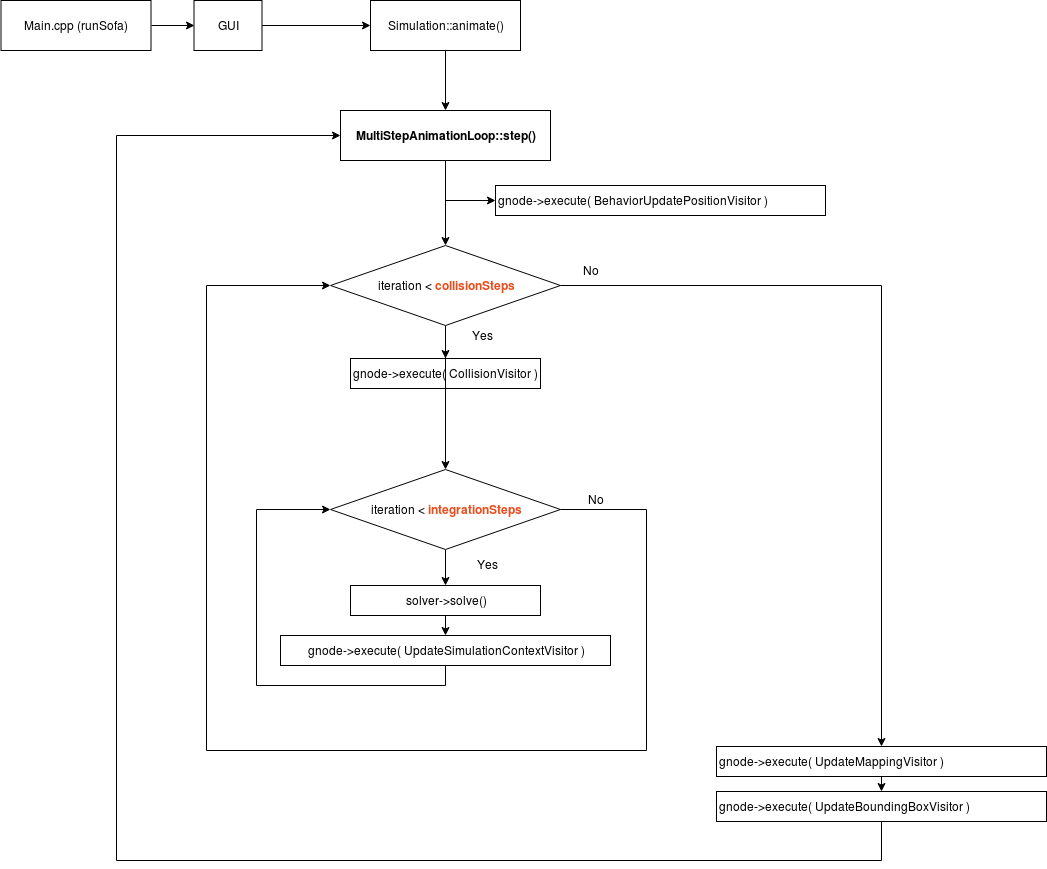
Above: Images/animationloop/MultiStepAnimationLoop.png in sofa-framework/doc (draw.io), before the change. Source tidied: cells renumbered, new cells last; positions are measured from the earlier drawing's top-left corner, leaving out a move shared by most shapes.
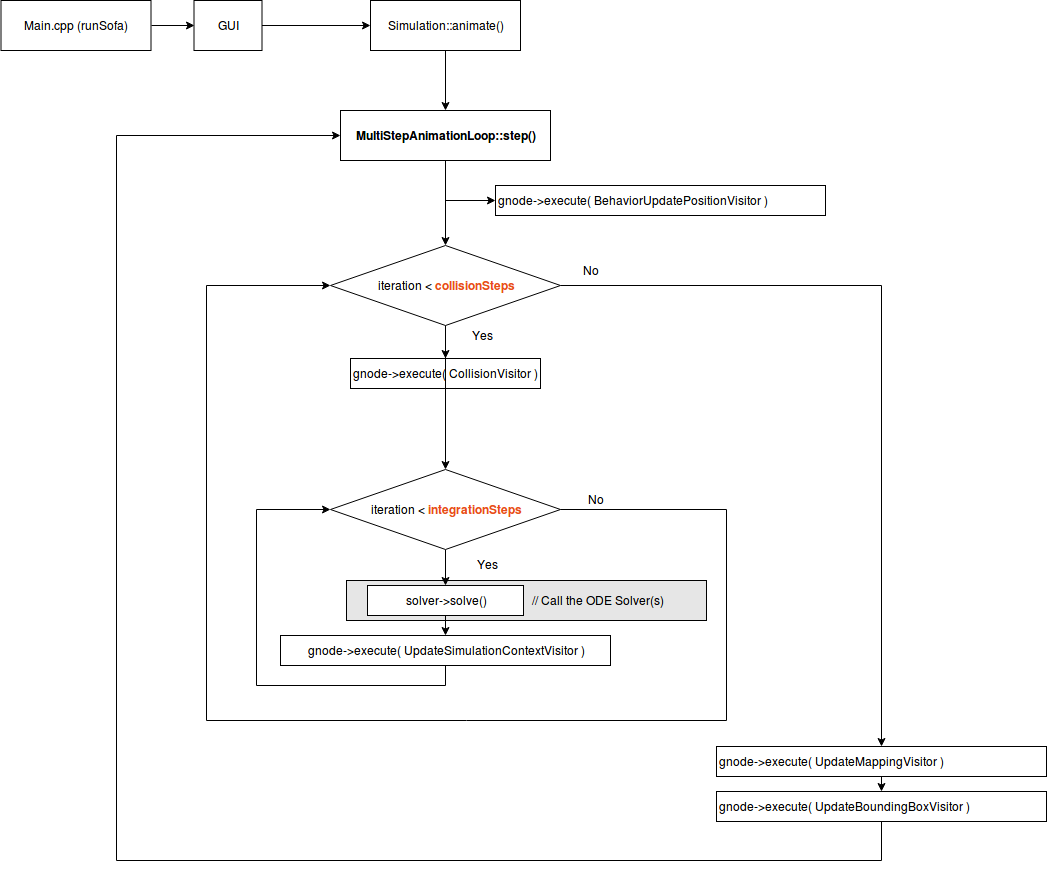
The same file after the commit.

What changed in the source:
```diff
@@ -2,6 +2,9 @@
   <root>
     <mxCell id="0" />
     <mxCell id="1" parent="0" />
+    <mxCell id="32" value="&lt;blockquote&gt;&lt;div align=&quot;right&quot;&gt;// Call the ODE Solver(s)&lt;br&gt;&lt;/div&gt;&lt;/blockquote&gt;" style="rounded=0;whiteSpace=wrap;html=1;fillColor=#E6E6E6;align=right;" parent="1" vertex="1">
+      <mxGeometry x="346" y="580" width="360" height="40" as="geometry" />
+    </mxCell>
     <mxCell id="2" style="edgeStyle=orthogonalEdgeStyle;rounded=0;jettySize=auto;html=1;exitX=0.5;exitY=1;exitDx=0;exitDy=0;entryX=0;entryY=0.5;entryDx=0;entryDy=0;" parent="1" edge="1" source="4" target="5">
       <mxGeometry relative="1" as="geometry" />
     </mxCell>
@@ -57,7 +60,7 @@
       <mxGeometry relative="1" as="geometry" />
     </mxCell>
     <mxCell id="18" value="&lt;div&gt;&lt;div&gt;solver-&amp;gt;solve()&lt;/div&gt;&lt;/div&gt;" style="rounded=0;whiteSpace=wrap;html=1;align=center;" parent="1" vertex="1">
-      <mxGeometry x="350" y="585" width="190" height="30" as="geometry" />
+      <mxGeometry x="367" y="585" width="156" height="30" as="geometry" />
     </mxCell>
     <mxCell id="19" style="edgeStyle=orthogonalEdgeStyle;rounded=0;jettySize=auto;html=1;exitX=0.5;exitY=1;exitDx=0;exitDy=0;entryX=0;entryY=0.5;entryDx=0;entryDy=0;" parent="1" edge="1" source="20" target="4">
       <mxGeometry relative="1" as="geometry">
@@ -95,9 +98,9 @@
     <mxCell id="28" style="edgeStyle=orthogonalEdgeStyle;rounded=0;jettySize=auto;html=1;exitX=1;exitY=0.5;exitDx=0;exitDy=0;entryX=0;entryY=0.5;entryDx=0;entryDy=0;" parent="1" edge="1" source="29" target="24">
       <mxGeometry relative="1" as="geometry">
         <Array as="points">
-          <mxPoint x="646" y="509" />
-          <mxPoint x="646" y="750" />
-          <mxPoint x="206" y="750" />
+          <mxPoint x="726" y="509" />
+          <mxPoint x="726" y="720" />
+          <mxPoint x="206" y="720" />
           <mxPoint x="206" y="285" />
         </Array>
       </mxGeometry>
```
